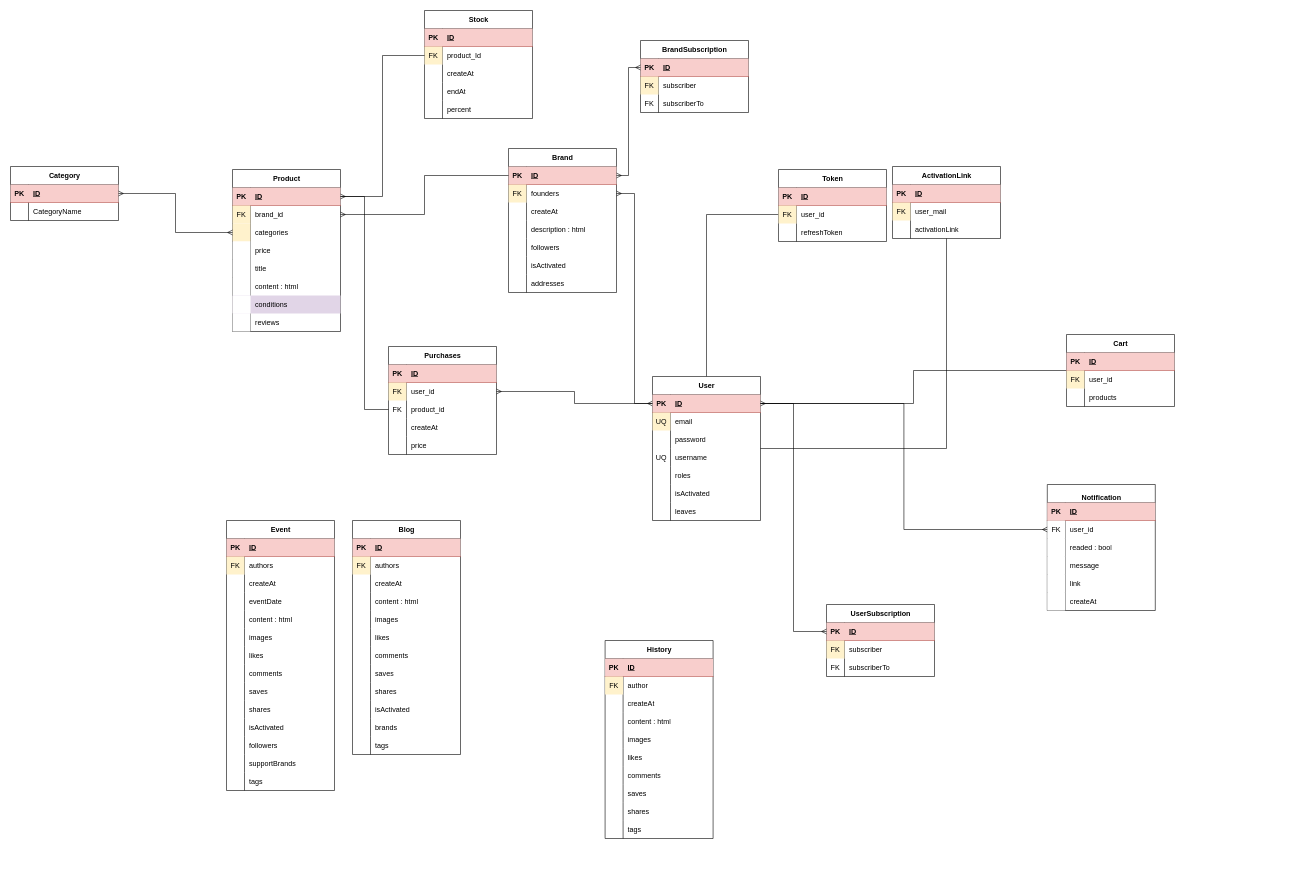
Dulatbay/gowebhackathon keeps this draw.io diagram as Диаграмма без названия.drawio. Above is the earlier version. Source tidied: cells renumbered, new cells numbered last; positions are measured from the earlier drawing's top-left corner, leaving out a move shared by most shapes. Both pictures are drawn from the tidied source at 60%, with x=0, y=0 at pixel (10, 10).
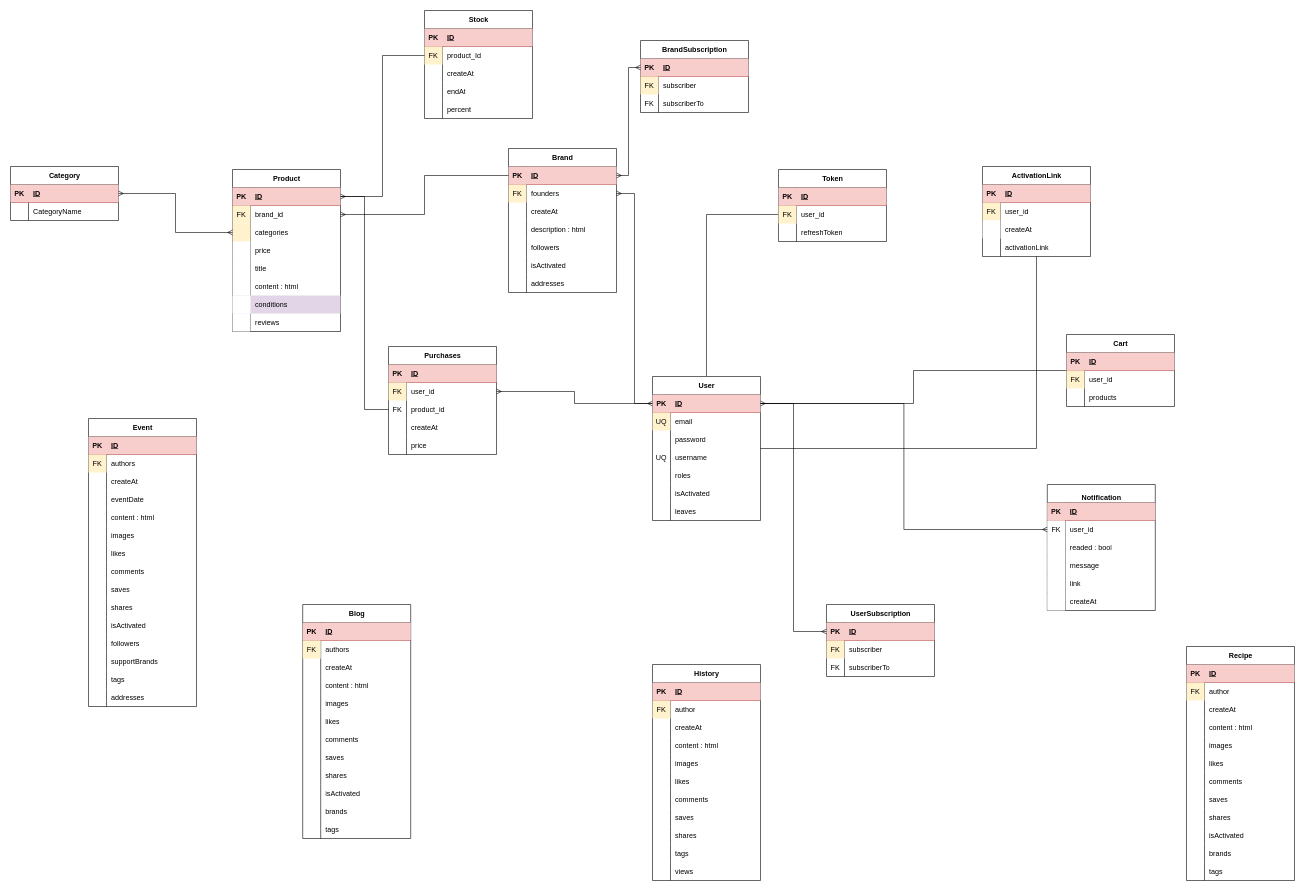
The same diagram, later.

The change refers to these unchanged cells:
```xml
<mxCell id="208" style="shape=tableRow;horizontal=0;startSize=0;swimlaneHead=0;swimlaneBody=0;fillColor=none;top=0;left=0;right=0;bottom=0;" parent="204" vertex="1">
  <mxGeometry y="60" width="180" height="30" as="geometry" />
</mxCell>
```

Diff of the diagram source:
```diff
@@
     <mxCell id="27" value="History" style="shape=table;startSize=30;childLayout=tableLayout;rowLines=0;fontStyle=1;align=center;html=1;strokeWidth=1;" parent="1" vertex="1">
-      <mxGeometry x="991" y="1050" width="180" height="330" as="geometry" />
+      <mxGeometry x="1070" y="1090" width="180" height="360" as="geometry" />
     </mxCell>
@@
+    <mxCell id="302" style="shape=tableRow;horizontal=0;startSize=0;swimlaneHead=0;swimlaneBody=0;fillColor=none;top=0;left=0;right=0;bottom=0;" parent="27" vertex="1">
+      <mxGeometry y="330" width="180" height="30" as="geometry" />
+    </mxCell>
+    <mxCell id="303" style="shape=partialRectangle;fillColor=none;top=0;left=0;bottom=0;right=0;overflow=hidden;whiteSpace=wrap;html=1;" parent="302" vertex="1">
+      <mxGeometry width="30" height="30" as="geometry" />
+    </mxCell>
+    <mxCell id="304" value="views" style="shape=partialRectangle;fillColor=none;top=0;left=0;bottom=0;right=0;align=left;spacingLeft=6;overflow=hidden;whiteSpace=wrap;html=1;" parent="302" vertex="1">
+      <mxGeometry x="30" width="150" height="30" as="geometry" />
+    </mxCell>
     <mxCell id="58" value="Blog" style="shape=table;startSize=30;childLayout=tableLayout;rowLines=0;fontStyle=1;align=center;html=1;strokeWidth=1;" parent="1" vertex="1">
-      <mxGeometry x="570" y="850" width="180" height="390" as="geometry" />
+      <mxGeometry x="487" y="990" width="180" height="390" as="geometry" />
     </mxCell>
@@
     <mxCell id="95" value="Event" style="shape=table;startSize=30;childLayout=tableLayout;rowLines=0;fontStyle=1;align=center;html=1;strokeWidth=1;" parent="1" vertex="1">
-      <mxGeometry x="360" y="850" width="180" height="450" as="geometry" />
+      <mxGeometry x="130" y="680" width="180" height="480" as="geometry" />
     </mxCell>
@@
+    <mxCell id="305" style="shape=tableRow;horizontal=0;startSize=0;swimlaneHead=0;swimlaneBody=0;fillColor=none;top=0;left=0;right=0;bottom=0;" parent="95" vertex="1">
+      <mxGeometry y="450" width="180" height="30" as="geometry" />
+    </mxCell>
+    <mxCell id="306" style="shape=partialRectangle;fillColor=none;top=0;left=0;bottom=0;right=0;overflow=hidden;whiteSpace=wrap;html=1;" parent="305" vertex="1">
+      <mxGeometry width="30" height="30" as="geometry" />
+    </mxCell>
+    <mxCell id="307" value="addresses" style="shape=partialRectangle;fillColor=none;top=0;left=0;bottom=0;right=0;align=left;spacingLeft=6;overflow=hidden;whiteSpace=wrap;html=1;" parent="305" vertex="1">
+      <mxGeometry x="30" width="150" height="30" as="geometry" />
+    </mxCell>
@@
     <mxCell id="204" value="ActivationLink" style="shape=table;startSize=30;childLayout=tableLayout;rowLines=0;fontStyle=1;align=center;html=1;strokeWidth=1;" parent="1" vertex="1">
-      <mxGeometry x="1470" y="260" width="180" height="120" as="geometry" />
+      <mxGeometry x="1620" y="260" width="180" height="150" as="geometry" />
     </mxCell>
@@
-    <mxCell id="210" value="user_mail" style="shape=partialRectangle;fillColor=none;top=0;left=0;bottom=0;right=0;align=left;spacingLeft=6;overflow=hidden;whiteSpace=wrap;html=1;" parent="208" vertex="1">
+    <mxCell id="210" value="user_id" style="shape=partialRectangle;fillColor=none;top=0;left=0;bottom=0;right=0;align=left;spacingLeft=6;overflow=hidden;whiteSpace=wrap;html=1;" parent="208" vertex="1">
       <mxGeometry x="30" width="150" height="30" as="geometry" />
     </mxCell>
+    <mxCell id="308" style="shape=tableRow;horizontal=0;startSize=0;swimlaneHead=0;swimlaneBody=0;fillColor=none;top=0;left=0;right=0;bottom=0;" parent="204" vertex="1">
+      <mxGeometry y="90" width="180" height="30" as="geometry" />
+    </mxCell>
+    <mxCell id="309" style="shape=partialRectangle;top=0;left=0;bottom=0;right=0;overflow=hidden;whiteSpace=wrap;html=1;" parent="308" vertex="1">
+      <mxGeometry width="30" height="30" as="geometry" />
+    </mxCell>
+    <mxCell id="310" value="createAt" style="shape=partialRectangle;fillColor=none;top=0;left=0;bottom=0;right=0;align=left;spacingLeft=6;overflow=hidden;whiteSpace=wrap;html=1;" parent="308" vertex="1">
+      <mxGeometry x="30" width="150" height="30" as="geometry" />
+    </mxCell>
     <mxCell id="211" style="shape=tableRow;horizontal=0;startSize=0;swimlaneHead=0;swimlaneBody=0;fillColor=none;top=0;left=0;right=0;bottom=0;" parent="204" vertex="1">
-      <mxGeometry y="90" width="180" height="30" as="geometry" />
+      <mxGeometry y="120" width="180" height="30" as="geometry" />
     </mxCell>
@@
+    <mxCell id="311" value="Recipe" style="shape=table;startSize=30;childLayout=tableLayout;rowLines=0;fontStyle=1;align=center;html=1;strokeWidth=1;" parent="1" vertex="1">
+      <mxGeometry x="1960" y="1060" width="180" height="390" as="geometry" />
+    </mxCell>
+    <mxCell id="312" style="shape=tableRow;horizontal=0;startSize=0;swimlaneHead=0;swimlaneBody=0;fillColor=#f8cecc;top=0;left=0;right=0;bottom=1;strokeColor=#b85450;" parent="311" vertex="1">
+      <mxGeometry y="30" width="180" height="30" as="geometry" />
+    </mxCell>
+    <mxCell id="313" value="PK" style="shape=partialRectangle;fillColor=none;top=0;left=0;bottom=0;right=0;fontStyle=1;overflow=hidden;whiteSpace=wrap;html=1;" parent="312" vertex="1">
+      <mxGeometry width="30" height="30" as="geometry" />
+    </mxCell>
+    <mxCell id="314" value="ID" style="shape=partialRectangle;fillColor=none;top=0;left=0;bottom=0;right=0;align=left;spacingLeft=6;fontStyle=5;overflow=hidden;whiteSpace=wrap;html=1;" parent="312" vertex="1">
+      <mxGeometry x="30" width="150" height="30" as="geometry" />
+    </mxCell>
+    <mxCell id="315" style="shape=tableRow;horizontal=0;startSize=0;swimlaneHead=0;swimlaneBody=0;fillColor=none;top=0;left=0;right=0;bottom=0;" parent="311" vertex="1">
+      <mxGeometry y="60" width="180" height="30" as="geometry" />
+    </mxCell>
+    <mxCell id="316" value="FK" style="shape=partialRectangle;fillColor=#fff2cc;top=0;left=0;bottom=0;right=0;overflow=hidden;whiteSpace=wrap;html=1;strokeColor=#d6b656;" parent="315" vertex="1">
+      <mxGeometry width="30" height="30" as="geometry" />
+    </mxCell>
+    <mxCell id="317" value="author" style="shape=partialRectangle;fillColor=none;top=0;left=0;bottom=0;right=0;align=left;spacingLeft=6;overflow=hidden;whiteSpace=wrap;html=1;" parent="315" vertex="1">
+      <mxGeometry x="30" width="150" height="30" as="geometry" />
+    </mxCell>
+    <mxCell id="318" style="shape=tableRow;horizontal=0;startSize=0;swimlaneHead=0;swimlaneBody=0;fillColor=none;top=0;left=0;right=0;bottom=0;" parent="311" vertex="1">
+      <mxGeometry y="90" width="180" height="30" as="geometry" />
+    </mxCell>
+    <mxCell id="319" style="shape=partialRectangle;fillColor=none;top=0;left=0;bottom=0;right=0;overflow=hidden;whiteSpace=wrap;html=1;" parent="318" vertex="1">
+      <mxGeometry width="30" height="30" as="geometry" />
+    </mxCell>
+    <mxCell id="320" value="createAt" style="shape=partialRectangle;fillColor=none;top=0;left=0;bottom=0;right=0;align=left;spacingLeft=6;overflow=hidden;whiteSpace=wrap;html=1;" parent="318" vertex="1">
+      <mxGeometry x="30" width="150" height="30" as="geometry" />
+    </mxCell>
+    <mxCell id="321" style="shape=tableRow;horizontal=0;startSize=0;swimlaneHead=0;swimlaneBody=0;fillColor=none;top=0;left=0;right=0;bottom=0;" parent="311" vertex="1">
+      <mxGeometry y="120" width="180" height="30" as="geometry" />
+    </mxCell>
+    <mxCell id="322" style="shape=partialRectangle;fillColor=none;top=0;left=0;bottom=0;right=0;overflow=hidden;whiteSpace=wrap;html=1;" parent="321" vertex="1">
+      <mxGeometry width="30" height="30" as="geometry" />
+    </mxCell>
+    <mxCell id="323" value="content : html" style="shape=partialRectangle;fillColor=none;top=0;left=0;bottom=0;right=0;align=left;spacingLeft=6;overflow=hidden;whiteSpace=wrap;html=1;" parent="321" vertex="1">
+      <mxGeometry x="30" width="150" height="30" as="geometry" />
+    </mxCell>
+    <mxCell id="324" style="shape=tableRow;horizontal=0;startSize=0;swimlaneHead=0;swimlaneBody=0;fillColor=none;top=0;left=0;right=0;bottom=0;" parent="311" vertex="1">
+      <mxGeometry y="150" width="180" height="30" as="geometry" />
+    </mxCell>
+    <mxCell id="325" style="shape=partialRectangle;fillColor=none;top=0;left=0;bottom=0;right=0;overflow=hidden;whiteSpace=wrap;html=1;" parent="324" vertex="1">
+      <mxGeometry width="30" height="30" as="geometry" />
+    </mxCell>
+    <mxCell id="326" value="images" style="shape=partialRectangle;fillColor=none;top=0;left=0;bottom=0;right=0;align=left;spacingLeft=6;overflow=hidden;whiteSpace=wrap;html=1;" parent="324" vertex="1">
+      <mxGeometry x="30" width="150" height="30" as="geometry" />
+    </mxCell>
+    <mxCell id="327" style="shape=tableRow;horizontal=0;startSize=0;swimlaneHead=0;swimlaneBody=0;fillColor=none;top=0;left=0;right=0;bottom=0;" parent="311" vertex="1">
+      <mxGeometry y="180" width="180" height="30" as="geometry" />
+    </mxCell>
+    <mxCell id="328" style="shape=partialRectangle;fillColor=none;top=0;left=0;bottom=0;right=0;overflow=hidden;whiteSpace=wrap;html=1;" parent="327" vertex="1">
+      <mxGeometry width="30" height="30" as="geometry" />
+    </mxCell>
+    <mxCell id="329" value="likes" style="shape=partialRectangle;fillColor=none;top=0;left=0;bottom=0;right=0;align=left;spacingLeft=6;overflow=hidden;whiteSpace=wrap;html=1;" parent="327" vertex="1">
+      <mxGeometry x="30" width="150" height="30" as="geometry" />
+    </mxCell>
+    <mxCell id="330" style="shape=tableRow;horizontal=0;startSize=0;swimlaneHead=0;swimlaneBody=0;fillColor=none;top=0;left=0;right=0;bottom=0;" parent="311" vertex="1">
+      <mxGeometry y="210" width="180" height="30" as="geometry" />
+    </mxCell>
+    <mxCell id="331" style="shape=partialRectangle;fillColor=none;top=0;left=0;bottom=0;right=0;overflow=hidden;whiteSpace=wrap;html=1;" parent="330" vertex="1">
+      <mxGeometry width="30" height="30" as="geometry" />
+    </mxCell>
+    <mxCell id="332" value="comments" style="shape=partialRectangle;fillColor=none;top=0;left=0;bottom=0;right=0;align=left;spacingLeft=6;overflow=hidden;whiteSpace=wrap;html=1;" parent="330" vertex="1">
+      <mxGeometry x="30" width="150" height="30" as="geometry" />
+    </mxCell>
+    <mxCell id="333" style="shape=tableRow;horizontal=0;startSize=0;swimlaneHead=0;swimlaneBody=0;fillColor=none;top=0;left=0;right=0;bottom=0;" parent="311" vertex="1">
+      <mxGeometry y="240" width="180" height="30" as="geometry" />
+    </mxCell>
+    <mxCell id="334" style="shape=partialRectangle;fillColor=none;top=0;left=0;bottom=0;right=0;overflow=hidden;whiteSpace=wrap;html=1;" parent="333" vertex="1">
+      <mxGeometry width="30" height="30" as="geometry" />
+    </mxCell>
+    <mxCell id="335" value="saves" style="shape=partialRectangle;fillColor=none;top=0;left=0;bottom=0;right=0;align=left;spacingLeft=6;overflow=hidden;whiteSpace=wrap;html=1;" parent="333" vertex="1">
+      <mxGeometry x="30" width="150" height="30" as="geometry" />
+    </mxCell>
+    <mxCell id="336" style="shape=tableRow;horizontal=0;startSize=0;swimlaneHead=0;swimlaneBody=0;fillColor=none;top=0;left=0;right=0;bottom=0;" parent="311" vertex="1">
+      <mxGeometry y="270" width="180" height="30" as="geometry" />
+    </mxCell>
+    <mxCell id="337" style="shape=partialRectangle;fillColor=none;top=0;left=0;bottom=0;right=0;overflow=hidden;whiteSpace=wrap;html=1;" parent="336" vertex="1">
+      <mxGeometry width="30" height="30" as="geometry" />
+    </mxCell>
+    <mxCell id="338" value="shares" style="shape=partialRectangle;fillColor=none;top=0;left=0;bottom=0;right=0;align=left;spacingLeft=6;overflow=hidden;whiteSpace=wrap;html=1;" parent="336" vertex="1">
+      <mxGeometry x="30" width="150" height="30" as="geometry" />
+    </mxCell>
+    <mxCell id="339" style="shape=tableRow;horizontal=0;startSize=0;swimlaneHead=0;swimlaneBody=0;fillColor=none;top=0;left=0;right=0;bottom=0;" parent="311" vertex="1">
+      <mxGeometry y="300" width="180" height="30" as="geometry" />
+    </mxCell>
+    <mxCell id="340" style="shape=partialRectangle;fillColor=none;top=0;left=0;bottom=0;right=0;overflow=hidden;whiteSpace=wrap;html=1;" parent="339" vertex="1">
+      <mxGeometry width="30" height="30" as="geometry" />
+    </mxCell>
+    <mxCell id="341" value="isActivated" style="shape=partialRectangle;fillColor=none;top=0;left=0;bottom=0;right=0;align=left;spacingLeft=6;overflow=hidden;whiteSpace=wrap;html=1;" parent="339" vertex="1">
+      <mxGeometry x="30" width="150" height="30" as="geometry" />
+    </mxCell>
+    <mxCell id="342" style="shape=tableRow;horizontal=0;startSize=0;swimlaneHead=0;swimlaneBody=0;fillColor=none;top=0;left=0;right=0;bottom=0;" parent="311" vertex="1">
+      <mxGeometry y="330" width="180" height="30" as="geometry" />
+    </mxCell>
+    <mxCell id="343" style="shape=partialRectangle;fillColor=none;top=0;left=0;bottom=0;right=0;overflow=hidden;whiteSpace=wrap;html=1;" parent="342" vertex="1">
+      <mxGeometry width="30" height="30" as="geometry" />
+    </mxCell>
+    <mxCell id="344" value="brands" style="shape=partialRectangle;fillColor=none;top=0;left=0;bottom=0;right=0;align=left;spacingLeft=6;overflow=hidden;whiteSpace=wrap;html=1;" parent="342" vertex="1">
+      <mxGeometry x="30" width="150" height="30" as="geometry" />
+    </mxCell>
+    <mxCell id="345" style="shape=tableRow;horizontal=0;startSize=0;swimlaneHead=0;swimlaneBody=0;fillColor=none;top=0;left=0;right=0;bottom=0;" parent="311" vertex="1">
+      <mxGeometry y="360" width="180" height="30" as="geometry" />
+    </mxCell>
+    <mxCell id="346" style="shape=partialRectangle;fillColor=none;top=0;left=0;bottom=0;right=0;overflow=hidden;whiteSpace=wrap;html=1;" parent="345" vertex="1">
+      <mxGeometry width="30" height="30" as="geometry" />
+    </mxCell>
+    <mxCell id="347" value="tags" style="shape=partialRectangle;fillColor=none;top=0;left=0;bottom=0;right=0;align=left;spacingLeft=6;overflow=hidden;whiteSpace=wrap;html=1;" parent="345" vertex="1">
+      <mxGeometry x="30" width="150" height="30" as="geometry" />
+    </mxCell>
```
